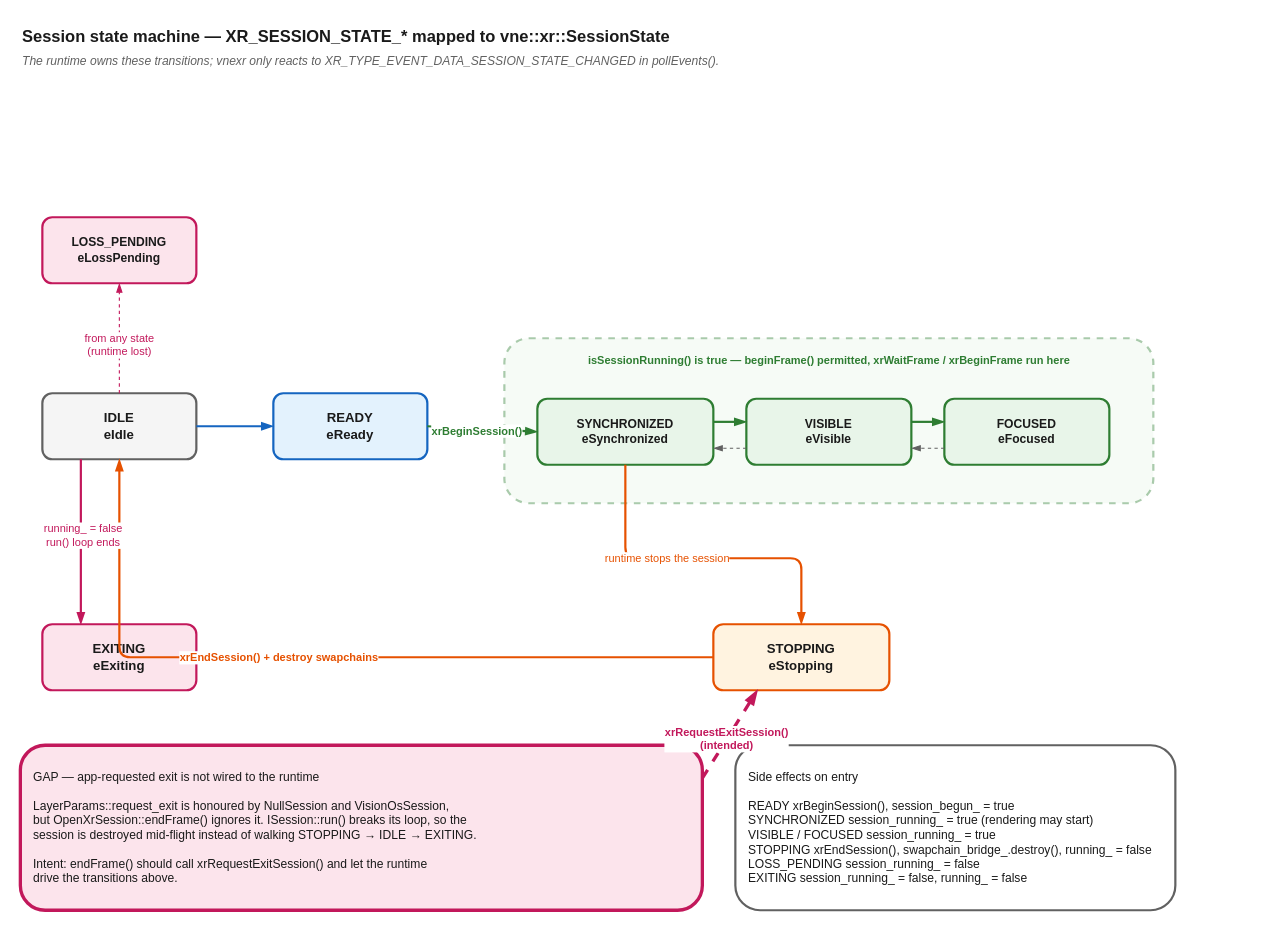
This is docs/vertexnova/xr/diagrams/openxr_session_states.drawio from vertexnova/vnexr, a draw.io file, before an edit. Source tidied: cells renumbered, new cells numbered last; positions are measured from the earlier drawing's top-left corner, leaving out a move shared by most shapes. Both pictures are drawn from the tidied source at 110%, with x=0, y=0 at pixel (20, 19).
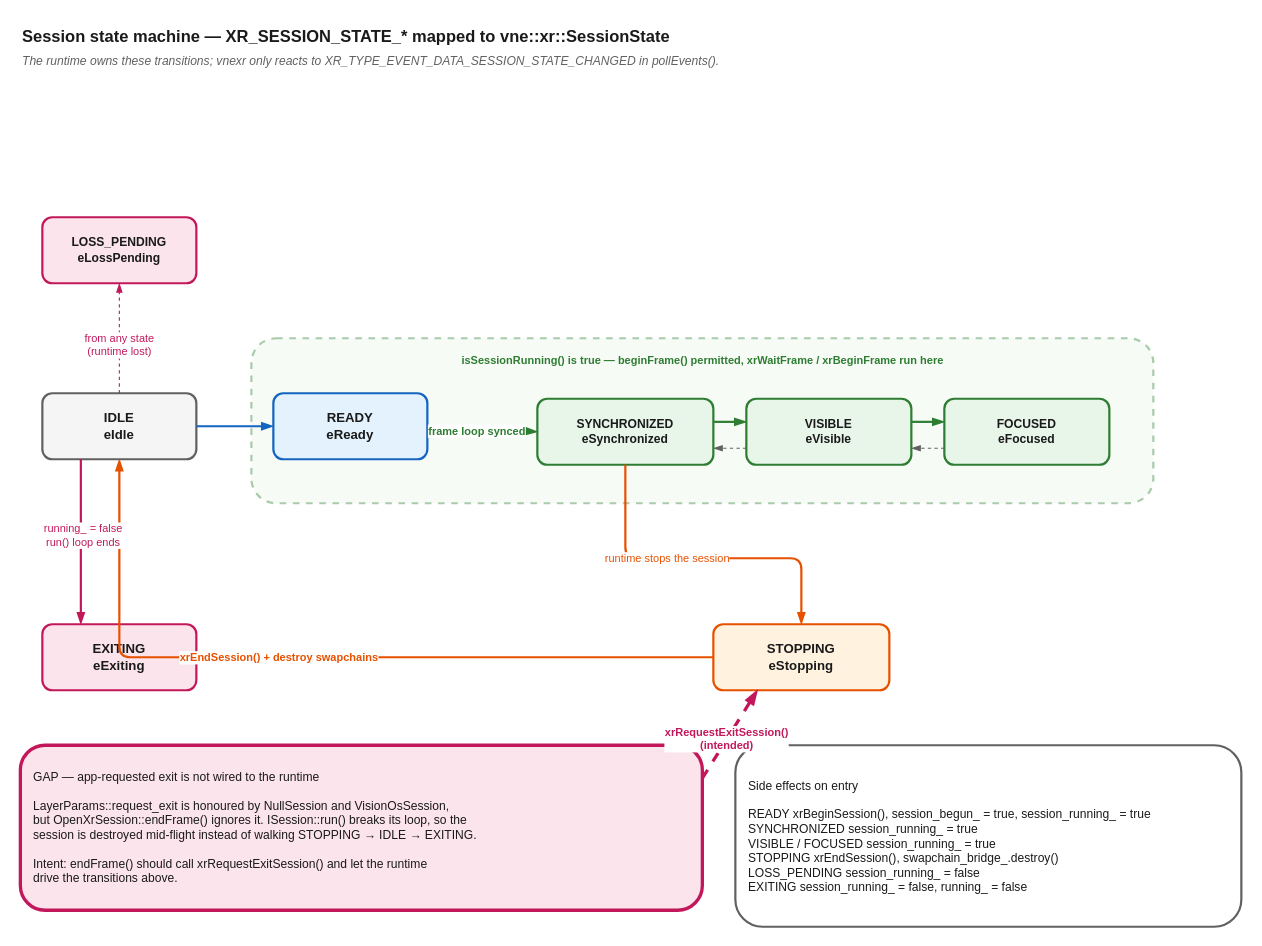
The same diagram, later.

Commit message (it also covers changes not shown here):
Enhance OpenXR session management and update diagrams

Unchanged cells that the change refers to:
```xml
<mxCell id="15" style="endArrow=blockThin;endFill=1;html=1;strokeWidth=2;strokeColor=#2e7d32;exitX=1;exitY=0.5;exitDx=0;exitDy=0;entryX=0;entryY=0.5;entryDx=0;entryDy=0;" parent="1" edge="1" source="7" target="8">
  <mxGeometry relative="1" as="geometry" />
</mxCell>
```

Diff of the diagram source:
```diff
@@
     <mxCell id="4" style="rounded=1;whiteSpace=wrap;html=1;fillColor=#e8f5e9;strokeColor=#2e7d32;strokeWidth=2;dashed=1;opacity=40;" parent="1" vertex="1">
-      <mxGeometry x="440" y="290" width="590" height="150" as="geometry" />
+      <mxGeometry x="210" y="290" width="820" height="150" as="geometry" />
     </mxCell>
     <mxCell id="5" value="isSessionRunning() is true — beginFrame() permitted, xrWaitFrame / xrBeginFrame run here" style="text;html=1;align=center;verticalAlign=middle;fontSize=10;fontStyle=1;fontColor=#2e7d32;" parent="1" vertex="1">
-      <mxGeometry x="440" y="300" width="590" height="20" as="geometry" />
+      <mxGeometry x="210" y="300" width="820" height="20" as="geometry" />
     </mxCell>
@@
-    <mxCell id="16" value="xrBeginSession()" style="edgeLabel;html=1;align=center;verticalAlign=middle;fontSize=10;fontStyle=1;fontColor=#2e7d32;backgroundColor=#ffffff;" parent="15" vertex="1">
+    <mxCell id="16" value="frame loop synced" style="edgeLabel;html=1;align=center;verticalAlign=middle;fontSize=10;fontStyle=1;fontColor=#2e7d32;backgroundColor=#ffffff;" parent="15" vertex="1">
       <mxGeometry x="-0.1" y="-1" relative="1" as="geometry" />
     </mxCell>
@@
-    <mxCell id="30" value="Side effects on entry&#10;&#10;READY&#9;&#9;xrBeginSession(), session_begun_ = true&#10;SYNCHRONIZED&#9;session_running_ = true (rendering may start)&#10;VISIBLE / FOCUSED&#9;session_running_ = true&#10;STOPPING&#9;&#9;xrEndSession(), swapchain_bridge_.destroy(), running_ = false&#10;LOSS_PENDING&#9;session_running_ = false&#10;EXITING&#9;&#9;session_running_ = false, running_ = false" style="rounded=1;whiteSpace=wrap;html=1;fillColor=#ffffff;strokeColor=#616161;strokeWidth=2;fontSize=11;align=left;spacingLeft=10;fontColor=#1a1a1a;" parent="1" vertex="1">
-      <mxGeometry x="650" y="660" width="400" height="150" as="geometry" />
+    <mxCell id="30" value="Side effects on entry&#10;&#10;READY&#9;&#9;xrBeginSession(), session_begun_ = true, session_running_ = true&#10;SYNCHRONIZED&#9;session_running_ = true&#10;VISIBLE / FOCUSED&#9;session_running_ = true&#10;STOPPING&#9;&#9;xrEndSession(), swapchain_bridge_.destroy()&#10;LOSS_PENDING&#9;session_running_ = false&#10;EXITING&#9;&#9;session_running_ = false, running_ = false" style="rounded=1;whiteSpace=wrap;html=1;fillColor=#ffffff;strokeColor=#616161;strokeWidth=2;fontSize=11;align=left;spacingLeft=10;fontColor=#1a1a1a;" parent="1" vertex="1">
+      <mxGeometry x="650" y="660" width="460" height="165" as="geometry" />
     </mxCell>
```
